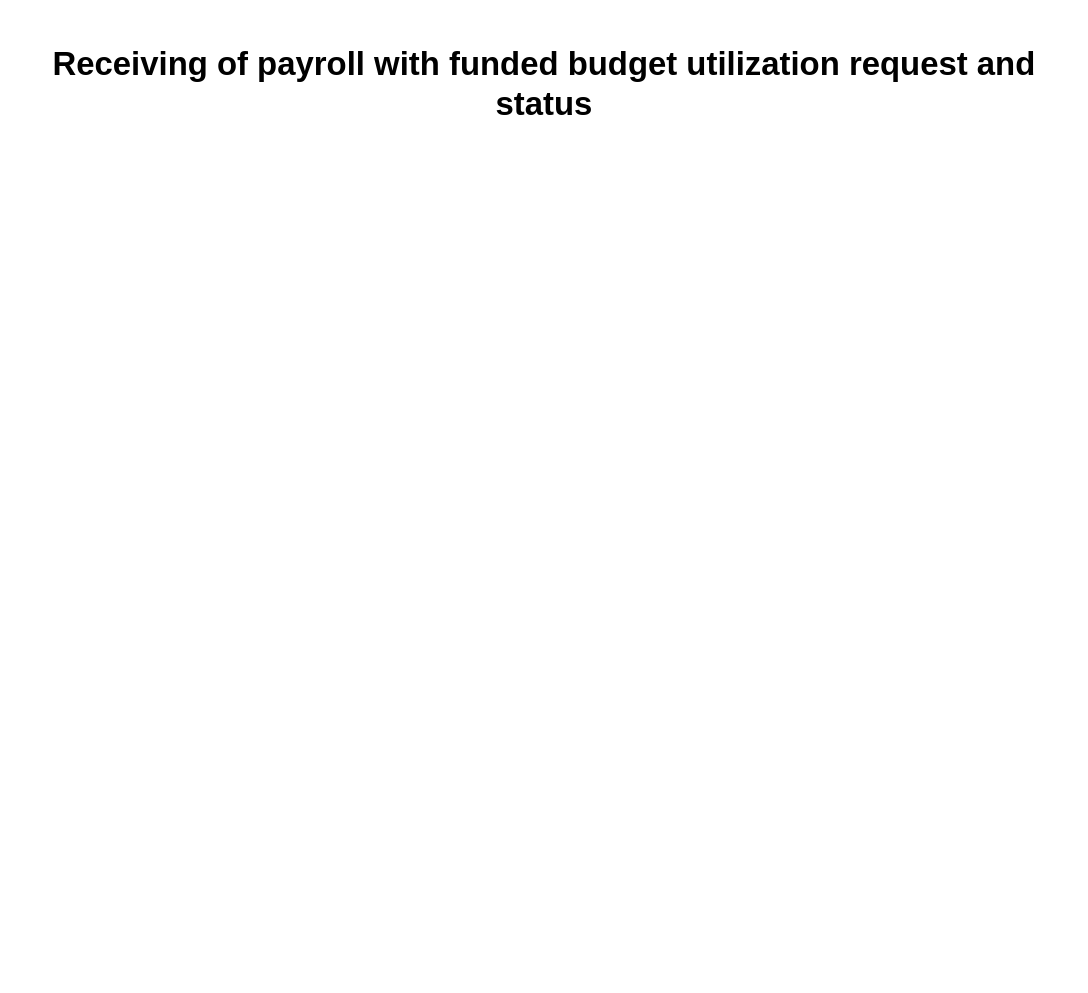
Above: page 2 of 2 of Auditing of Payments of Employee Benefits - PHIC Pool Sharing (Through payroll).drawio in johnpaul4474/FMO-accounting (draw.io), before the change. Source tidied: cells renumbered, new cells numbered last; positions are measured from the earlier drawing's top-left corner, leaving out a move shared by most shapes. Both pictures are drawn from the tidied source at 137%, with x=0, y=0 at pixel (23, 37).
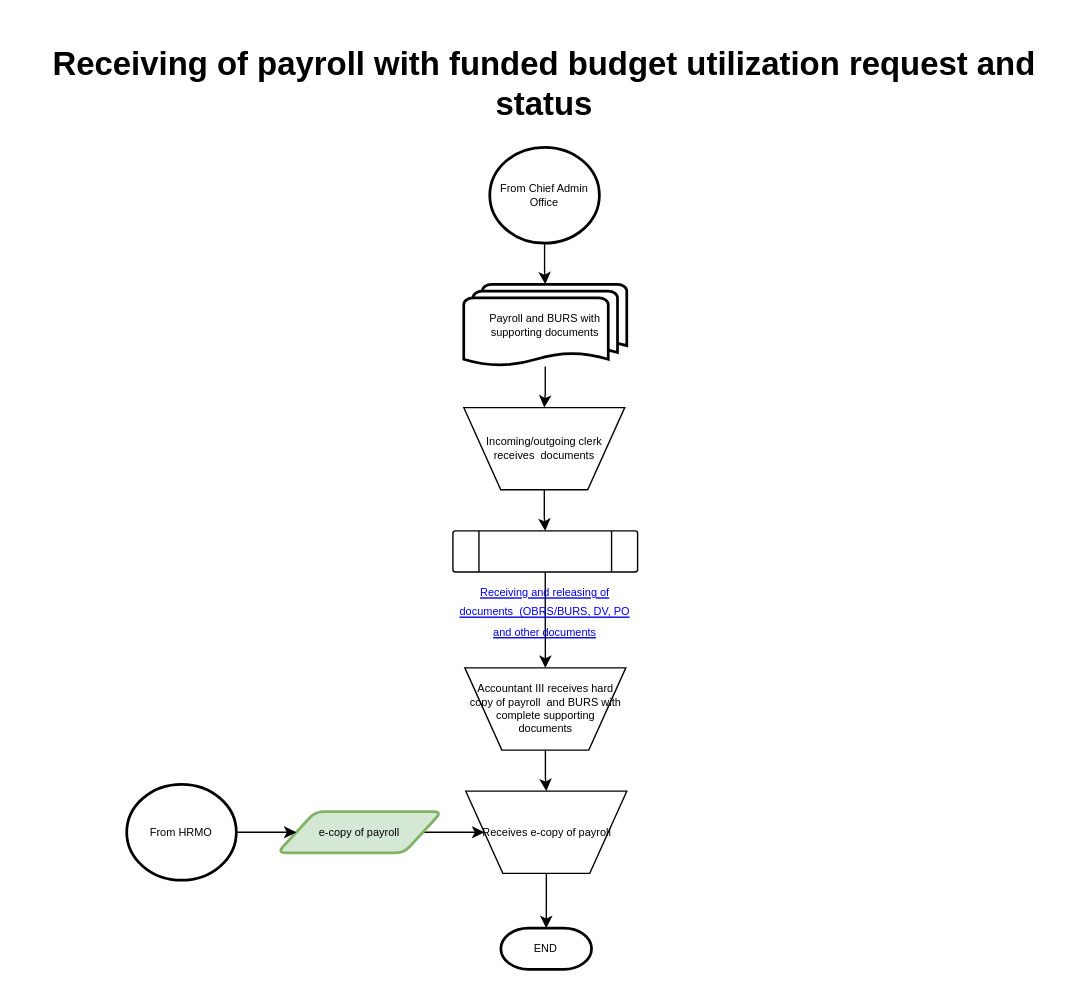
Above is the later version.

Diff of the diagram source:
```diff
@@
 <mxGraphModel>
   <root>
     <mxCell id="0" />
     <mxCell id="1" parent="0" />
     <mxCell id="2" value="&lt;h1&gt;Receiving of payroll with funded budget utilization request and status&lt;br&gt;&lt;/h1&gt;" style="text;html=1;strokeColor=none;fillColor=none;spacing=5;spacingTop=-20;whiteSpace=wrap;overflow=hidden;rounded=0;align=center;" parent="1" vertex="1">
       <mxGeometry width="760" height="70" as="geometry" />
     </mxCell>
+    <mxCell id="3" style="edgeStyle=orthogonalEdgeStyle;rounded=0;jettySize=auto;html=1;fontSize=8;" parent="1" edge="1" source="4" target="6">
+      <mxGeometry relative="1" as="geometry" />
+    </mxCell>
+    <mxCell id="4" value="From Chief Admin Office" style="strokeWidth=2;html=1;shape=mxgraph.flowchart.start_1;whiteSpace=wrap;fontSize=8;" parent="1" vertex="1">
+      <mxGeometry x="340" y="80" width="80" height="70" as="geometry" />
+    </mxCell>
+    <mxCell id="5" style="edgeStyle=orthogonalEdgeStyle;rounded=0;jettySize=auto;html=1;fontSize=8;" parent="1" edge="1" source="6" target="8">
+      <mxGeometry relative="1" as="geometry" />
+    </mxCell>
+    <mxCell id="6" value="Payroll and BURS with supporting documents" style="strokeWidth=2;html=1;shape=mxgraph.flowchart.multi-document;whiteSpace=wrap;fontSize=8;" parent="1" vertex="1">
+      <mxGeometry x="321" y="180" width="119" height="60" as="geometry" />
+    </mxCell>
+    <mxCell id="7" style="edgeStyle=orthogonalEdgeStyle;rounded=0;jettySize=auto;html=1;" parent="1" edge="1" source="8" target="10">
+      <mxGeometry relative="1" as="geometry" />
+    </mxCell>
+    <mxCell id="8" value="Incoming/outgoing clerk receives&amp;nbsp; documents" style="verticalLabelPosition=middle;verticalAlign=middle;html=1;shape=trapezoid;perimeter=trapezoidPerimeter;whiteSpace=wrap;size=0.23;arcSize=10;flipV=1;labelPosition=center;align=center;fontSize=8;" parent="1" vertex="1">
+      <mxGeometry x="321" y="270" width="117.5" height="60" as="geometry" />
+    </mxCell>
+    <mxCell id="9" style="edgeStyle=orthogonalEdgeStyle;rounded=0;jettySize=auto;html=1;fontSize=8;" parent="1" edge="1" source="10" target="12">
+      <mxGeometry relative="1" as="geometry" />
+    </mxCell>
+    <mxCell id="10" value="&lt;font style=&quot;font-size: 8px;&quot;&gt;&lt;a href=&quot;https://viewer.diagrams.net/?tags=%7B%7D&amp;amp;highlight=0000ff&amp;amp;edit=_blank&amp;amp;layers=1&amp;amp;nav=1&amp;amp;page-id=H7nN1gzd26tVH5EXPg9N&amp;amp;title=Accounting%20Service%20Control%20Procedure.drawio.html#Uhttps%3A%2F%2Fraw.githubusercontent.com%2Fjohnpaul4474%2FFMO-accounting%2Fmain%2FAccounting%2520Service%2520Control%2520Procedure.drawio.html&quot;&gt;Receiving and releasing of documents&amp;nbsp; (OBRS/BURS, DV, PO and other documents&lt;/a&gt;&lt;/font&gt;" style="verticalLabelPosition=bottom;verticalAlign=top;html=1;shape=process;whiteSpace=wrap;rounded=1;size=0.14;arcSize=6;" parent="1" vertex="1">
+      <mxGeometry x="313.1" y="360" width="134.8" height="30" as="geometry" />
+    </mxCell>
+    <mxCell id="11" style="edgeStyle=orthogonalEdgeStyle;rounded=0;jettySize=auto;html=1;fontSize=8;" parent="1" edge="1" source="12" target="16">
+      <mxGeometry relative="1" as="geometry" />
+    </mxCell>
+    <mxCell id="12" value="Accountant III receives hard copy of payroll&amp;nbsp; and BURS with complete supporting&lt;br&gt;documents" style="verticalLabelPosition=middle;verticalAlign=middle;html=1;shape=trapezoid;perimeter=trapezoidPerimeter;whiteSpace=wrap;size=0.23;arcSize=10;flipV=1;labelPosition=center;align=center;fontSize=8;" parent="1" vertex="1">
+      <mxGeometry x="321.8" y="460" width="117.5" height="60" as="geometry" />
+    </mxCell>
+    <mxCell id="13" style="edgeStyle=orthogonalEdgeStyle;rounded=0;jettySize=auto;html=1;fontSize=8;" parent="1" edge="1" source="14" target="16">
+      <mxGeometry relative="1" as="geometry" />
+    </mxCell>
+    <mxCell id="14" value="e-copy of payroll" style="shape=parallelogram;html=1;strokeWidth=2;perimeter=parallelogramPerimeter;whiteSpace=wrap;rounded=1;arcSize=12;size=0.23;fontSize=8;fillColor=#d5e8d4;strokeColor=#82b366;" parent="1" vertex="1">
+      <mxGeometry x="185" y="565" width="120" height="30" as="geometry" />
+    </mxCell>
+    <mxCell id="15" style="edgeStyle=orthogonalEdgeStyle;rounded=0;jettySize=auto;html=1;fontSize=8;" parent="1" edge="1" source="16" target="19">
+      <mxGeometry relative="1" as="geometry" />
+    </mxCell>
+    <mxCell id="16" value="Receives e-copy of payroll" style="verticalLabelPosition=middle;verticalAlign=middle;html=1;shape=trapezoid;perimeter=trapezoidPerimeter;whiteSpace=wrap;size=0.23;arcSize=10;flipV=1;labelPosition=center;align=center;fontSize=8;" parent="1" vertex="1">
+      <mxGeometry x="322.5" y="550" width="117.5" height="60" as="geometry" />
+    </mxCell>
+    <mxCell id="17" style="edgeStyle=orthogonalEdgeStyle;rounded=0;jettySize=auto;html=1;fontSize=8;" parent="1" edge="1" source="18" target="14">
+      <mxGeometry relative="1" as="geometry" />
+    </mxCell>
+    <mxCell id="18" value="From HRMO" style="strokeWidth=2;html=1;shape=mxgraph.flowchart.start_1;whiteSpace=wrap;fontSize=8;" parent="1" vertex="1">
+      <mxGeometry x="75" y="545" width="80" height="70" as="geometry" />
+    </mxCell>
+    <mxCell id="19" value="END" style="strokeWidth=2;html=1;shape=mxgraph.flowchart.terminator;whiteSpace=wrap;fontSize=8;" parent="1" vertex="1">
+      <mxGeometry x="348.1" y="650" width="66.2" height="30" as="geometry" />
+    </mxCell>
   </root>
 </mxGraphModel>
```
